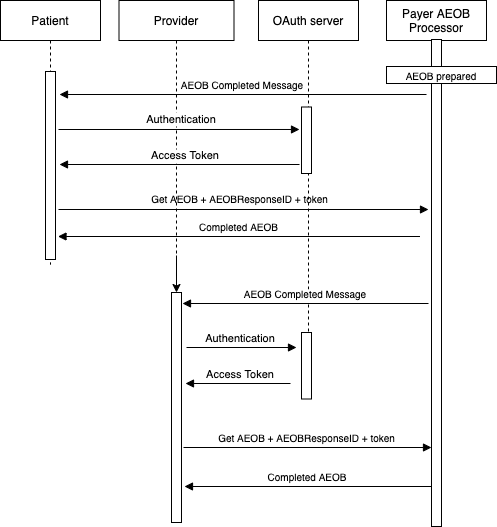
This is input/images/GetAEOB.drawio.png from HL7/davinci-pct, a draw.io export, as it was before one commit. Source tidied: cells renumbered, new cells last; positions are measured from the earlier drawing's top-left corner, leaving out a move shared by most shapes.
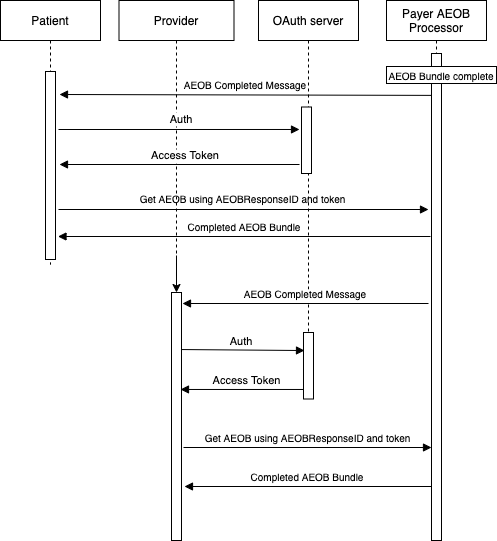
The same diagram one commit later.

Commit message:
Updated use case images

The edit, as a diff of the source:
```diff
@@ -3,7 +3,7 @@
     <mxCell id="0" />
     <mxCell id="1" parent="0" />
     <mxCell id="2" style="points=[];perimeter=orthogonalPerimeter;rounded=0;shadow=0;strokeWidth=1;" parent="1" vertex="1">
-      <mxGeometry x="171" y="292" width="10" height="230" as="geometry" />
+      <mxGeometry x="171" y="292" width="10" height="248" as="geometry" />
     </mxCell>
     <mxCell id="3" style="edgeStyle=orthogonalEdgeStyle;rounded=0;jettySize=auto;html=1;fontSize=11;" parent="1" edge="1" target="2">
       <mxGeometry relative="1" as="geometry">
@@ -17,7 +17,7 @@
       <mxGeometry x="386" width="100" height="443" as="geometry" />
     </mxCell>
     <mxCell id="6" style="points=[];perimeter=orthogonalPerimeter;rounded=0;shadow=0;strokeWidth=1;" parent="1" vertex="1">
-      <mxGeometry x="431" y="39" width="10" height="487" as="geometry" />
+      <mxGeometry x="431" y="53" width="10" height="487" as="geometry" />
     </mxCell>
     <mxCell id="7" value="Patient" style="shape=umlLifeline;perimeter=lifelinePerimeter;rounded=0;shadow=0;strokeWidth=1;" parent="1" vertex="1">
       <mxGeometry width="100" height="264" as="geometry" />
@@ -31,27 +31,23 @@
         <mxPoint x="428" y="209" as="targetPoint" />
       </mxGeometry>
     </mxCell>
-    <mxCell id="10" value="Get AEOB + AEOBResponseID + token" style="text;html=1;align=center;verticalAlign=middle;fillColor=none;strokeColor=none;rounded=0;fontSize=10;" parent="1" vertex="1">
-      <mxGeometry x="146" y="190" width="186" height="16" as="geometry" />
+    <mxCell id="10" value="Get AEOB using AEOBResponseID and token" style="text;html=1;align=center;verticalAlign=middle;fillColor=none;strokeColor=none;rounded=0;fontSize=10;" parent="1" vertex="1">
+      <mxGeometry x="134" y="190" width="215" height="16" as="geometry" />
     </mxCell>
-    <mxCell id="11" value="Access Token" style="verticalAlign=bottom;endArrow=block;entryX=1;entryY=0;shadow=0;strokeWidth=1;fontSize=11;" parent="1" edge="1">
-      <mxGeometry x="-0.05" relative="1" as="geometry">
-        <mxPoint x="290" y="383" as="sourcePoint" />
-        <mxPoint x="185" y="383" as="targetPoint" />
-      </mxGeometry>
+    <mxCell id="11" value="Access Token" style="verticalAlign=bottom;endArrow=block;entryX=0.9;entryY=0.391;shadow=0;strokeWidth=1;fontSize=11;entryDx=0;entryDy=0;entryPerimeter=0;" parent="1" edge="1" source="15" target="2">
+      <mxGeometry x="-0.05" relative="1" as="geometry" />
     </mxCell>
-    <mxCell id="12" value="Completed AEOB" style="verticalAlign=bottom;endArrow=block;shadow=0;strokeWidth=1;fontSize=10;" parent="1" edge="1">
+    <mxCell id="12" value="Completed AEOB Bundle" style="verticalAlign=bottom;endArrow=block;shadow=0;strokeWidth=1;fontSize=10;" parent="1" edge="1">
       <mxGeometry relative="1" as="geometry">
         <mxPoint x="431" y="486" as="sourcePoint" />
         <mxPoint x="184" y="486" as="targetPoint" />
       </mxGeometry>
     </mxCell>
-    <mxCell id="13" value="&lt;font style=&quot;font-size: 10px&quot;&gt;AEOB prepared&lt;/font&gt;" style="rounded=0;whiteSpace=wrap;html=1;" parent="1" vertex="1">
+    <mxCell id="13" value="&lt;font style=&quot;font-size: 10px&quot;&gt;AEOB Bundle complete&lt;/font&gt;" style="rounded=0;whiteSpace=wrap;html=1;" parent="1" vertex="1">
       <mxGeometry x="386" y="66" width="110" height="17" as="geometry" />
     </mxCell>
-    <mxCell id="14" value="AEOB Completed Message" style="verticalAlign=bottom;endArrow=block;shadow=0;strokeWidth=1;fontSize=10;labelBackgroundColor=#FFFFFF;" parent="1" edge="1">
+    <mxCell id="14" value="AEOB Completed Message" style="verticalAlign=bottom;endArrow=block;shadow=0;strokeWidth=1;fontSize=10;labelBackgroundColor=#FFFFFF;exitX=0;exitY=0.086;exitDx=0;exitDy=0;exitPerimeter=0;" parent="1" edge="1" source="6">
       <mxGeometry relative="1" as="geometry">
-        <mxPoint x="426" y="94" as="sourcePoint" />
         <mxPoint x="59" y="94" as="targetPoint" />
       </mxGeometry>
     </mxCell>
@@ -61,7 +57,7 @@
     <mxCell id="16" style="points=[];perimeter=orthogonalPerimeter;rounded=0;shadow=0;strokeWidth=1;" parent="1" vertex="1">
       <mxGeometry x="301" y="106.5" width="10" height="66.5" as="geometry" />
     </mxCell>
-    <mxCell id="17" value="Authentication" style="verticalAlign=bottom;endArrow=block;entryX=-0.2;entryY=0.338;shadow=0;strokeWidth=1;entryDx=0;entryDy=0;entryPerimeter=0;labelBackgroundColor=#FFFFFF;" parent="1" edge="1" target="16">
+    <mxCell id="17" value="Auth" style="verticalAlign=bottom;endArrow=block;entryX=-0.2;entryY=0.338;shadow=0;strokeWidth=1;entryDx=0;entryDy=0;entryPerimeter=0;labelBackgroundColor=#FFFFFF;" parent="1" edge="1" target="16">
       <mxGeometry x="0.02" y="1" relative="1" as="geometry">
         <mxPoint x="58" y="129" as="sourcePoint" />
       </mxGeometry>
@@ -72,9 +68,9 @@
         <mxPoint x="59" y="164" as="targetPoint" />
       </mxGeometry>
     </mxCell>
-    <mxCell id="19" value="Completed AEOB" style="verticalAlign=bottom;endArrow=block;shadow=0;strokeWidth=1;fontSize=10;" parent="1" edge="1">
+    <mxCell id="19" value="Completed AEOB Bundle" style="verticalAlign=bottom;endArrow=block;shadow=0;strokeWidth=1;fontSize=10;" parent="1" edge="1">
       <mxGeometry relative="1" as="geometry">
-        <mxPoint x="419.5" y="236" as="sourcePoint" />
+        <mxPoint x="430" y="236" as="sourcePoint" />
         <mxPoint x="57.5" y="236" as="targetPoint" />
       </mxGeometry>
     </mxCell>
@@ -85,13 +81,10 @@
       </mxGeometry>
     </mxCell>
     <mxCell id="21" style="points=[];perimeter=orthogonalPerimeter;rounded=0;shadow=0;strokeWidth=1;" parent="1" vertex="1">
-      <mxGeometry x="301" y="332" width="10" height="66.5" as="geometry" />
+      <mxGeometry x="303" y="332" width="10" height="66.5" as="geometry" />
     </mxCell>
-    <mxCell id="22" value="Authentication" style="verticalAlign=bottom;endArrow=block;entryX=0;entryY=0;shadow=0;strokeWidth=1;" parent="1" edge="1">
-      <mxGeometry x="-0.02" relative="1" as="geometry">
-        <mxPoint x="186" y="347" as="sourcePoint" />
-        <mxPoint x="296" y="347" as="targetPoint" />
-      </mxGeometry>
+    <mxCell id="22" value="Auth" style="verticalAlign=bottom;endArrow=block;entryX=0.1;entryY=0.271;shadow=0;strokeWidth=1;entryDx=0;entryDy=0;entryPerimeter=0;exitX=1;exitY=0.23;exitDx=0;exitDy=0;exitPerimeter=0;" parent="1" edge="1" source="2" target="21">
+      <mxGeometry x="-0.02" relative="1" as="geometry" />
     </mxCell>
     <mxCell id="23" style="verticalAlign=bottom;endArrow=block;shadow=0;strokeWidth=1;" parent="1" edge="1">
       <mxGeometry relative="1" as="geometry">
@@ -99,8 +92,8 @@
         <mxPoint x="431" y="447" as="targetPoint" />
       </mxGeometry>
     </mxCell>
-    <mxCell id="24" value="Get AEOB + AEOBResponseID + token" style="text;html=1;align=center;verticalAlign=middle;fillColor=none;strokeColor=none;rounded=0;fontSize=10;" parent="1" vertex="1">
-      <mxGeometry x="213" y="429" width="186" height="16" as="geometry" />
+    <mxCell id="24" value="Get AEOB using AEOBResponseID and token" style="text;html=1;align=center;verticalAlign=middle;fillColor=none;strokeColor=none;rounded=0;fontSize=10;" parent="1" vertex="1">
+      <mxGeometry x="199" y="429" width="215" height="16" as="geometry" />
     </mxCell>
   </root>
 </mxGraphModel>
```
